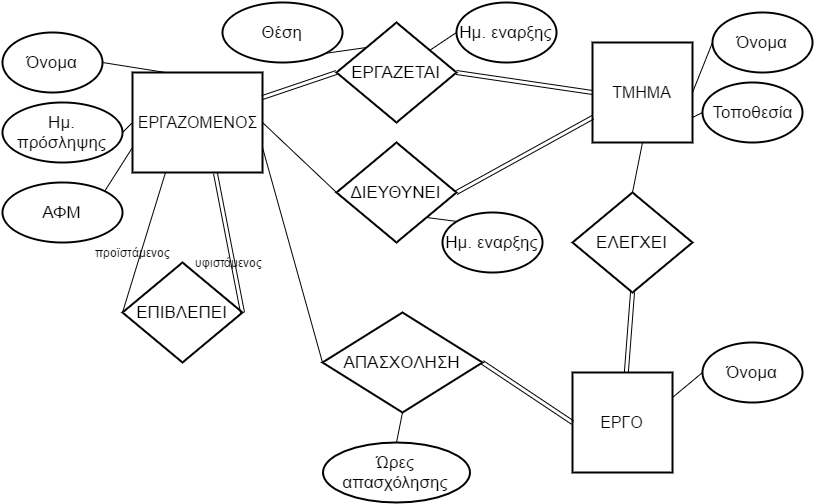
spapas/db-intro keeps this draw.io diagram as er.png. Above is the earlier version. Source tidied: cells renumbered, new cells last; positions are measured from the earlier drawing's top-left corner, leaving out a move shared by most shapes. The source it was exported from:
```xml
<mxGraphModel background="#ffffff">
  <root>
    <mxCell id="0" />
    <mxCell id="1" parent="0" />
    <mxCell id="2" style="edgeStyle=none;rounded=0;html=1;exitX=1;exitY=0.75;entryX=0;entryY=0.5;endArrow=none;endFill=0;jettySize=auto;" parent="1" edge="1" source="3" target="13">
      <mxGeometry relative="1" as="geometry" />
    </mxCell>
    <mxCell id="3" value="&lt;font style=&quot;font-size: 16px&quot;&gt;ΕΡΓΑΖΟΜΕΝΟΣ&lt;/font&gt;" style="strokeWidth=2;whiteSpace=wrap;html=1;align=center;" parent="1" vertex="1">
      <mxGeometry x="130" y="70" width="130" height="100" as="geometry" />
    </mxCell>
    <mxCell id="4" style="edgeStyle=none;rounded=0;html=1;exitX=0.5;exitY=1;entryX=0.5;entryY=0;endArrow=none;endFill=0;jettySize=auto;" parent="1" edge="1" source="5" target="15">
      <mxGeometry relative="1" as="geometry" />
    </mxCell>
    <mxCell id="5" value="&lt;font style=&quot;font-size: 16px&quot;&gt;ΤΜΗΜΑ&lt;/font&gt;" style="strokeWidth=2;whiteSpace=wrap;html=1;align=center;" parent="1" vertex="1">
      <mxGeometry x="590" y="40" width="100" height="100" as="geometry" />
    </mxCell>
    <mxCell id="6" value="&lt;font style=&quot;font-size: 16px&quot;&gt;ΕΡΓΟ&lt;/font&gt;" style="strokeWidth=2;whiteSpace=wrap;html=1;align=center;" parent="1" vertex="1">
      <mxGeometry x="570" y="370" width="100" height="100" as="geometry" />
    </mxCell>
    <mxCell id="7" style="rounded=0;html=1;exitX=0;exitY=0.5;jettySize=auto;entryX=0.25;entryY=1;endArrow=none;endFill=0;" parent="1" edge="1" source="9" target="3">
      <mxGeometry relative="1" as="geometry" />
    </mxCell>
    <mxCell id="8" style="html=1;entryX=0.75;entryY=1;jettySize=auto;exitX=1;exitY=0.5;strokeColor=none;rounded=0;" parent="1" edge="1" source="9" target="3">
      <mxGeometry relative="1" as="geometry" />
    </mxCell>
    <mxCell id="9" value="ΕΠΙΒΛΕΠΕΙ" style="shape=rhombus;strokeWidth=2;fontSize=17;perimeter=rhombusPerimeter;whiteSpace=wrap;html=1;align=center;" parent="1" vertex="1">
      <mxGeometry x="120" y="260" width="120" height="100" as="geometry" />
    </mxCell>
    <mxCell id="10" value="ΕΡΓΑΖΕΤΑΙ" style="shape=rhombus;strokeWidth=2;fontSize=17;perimeter=rhombusPerimeter;whiteSpace=wrap;html=1;align=center;" parent="1" vertex="1">
      <mxGeometry x="334" y="20" width="120" height="100" as="geometry" />
    </mxCell>
    <mxCell id="11" value="ΔΙΕΥΘΥΝΕΙ" style="shape=rhombus;strokeWidth=2;fontSize=17;perimeter=rhombusPerimeter;whiteSpace=wrap;html=1;align=center;" parent="1" vertex="1">
      <mxGeometry x="334" y="140" width="120" height="100" as="geometry" />
    </mxCell>
    <mxCell id="12" style="edgeStyle=none;rounded=0;html=1;exitX=1;exitY=0.5;entryX=0;entryY=0.5;endArrow=none;endFill=0;jettySize=auto;shape=link;" parent="1" edge="1" source="13" target="6">
      <mxGeometry relative="1" as="geometry" />
    </mxCell>
    <mxCell id="13" value="ΑΠΑΣΧΟΛΗΣΗ" style="shape=rhombus;strokeWidth=2;fontSize=17;perimeter=rhombusPerimeter;whiteSpace=wrap;html=1;align=center;" parent="1" vertex="1">
      <mxGeometry x="320" y="310" width="160" height="100" as="geometry" />
    </mxCell>
    <mxCell id="14" style="edgeStyle=none;rounded=0;html=1;exitX=0.5;exitY=1;endArrow=none;endFill=0;jettySize=auto;shape=link;" parent="1" edge="1" source="15" target="6">
      <mxGeometry relative="1" as="geometry" />
    </mxCell>
    <mxCell id="15" value="ΕΛΕΓΧΕΙ" style="shape=rhombus;strokeWidth=2;fontSize=17;perimeter=rhombusPerimeter;whiteSpace=wrap;html=1;align=center;" parent="1" vertex="1">
      <mxGeometry x="570" y="190" width="120" height="100" as="geometry" />
    </mxCell>
    <mxCell id="16" style="rounded=0;html=1;exitX=1;exitY=0.5;jettySize=auto;entryX=0.64;entryY=1.01;entryPerimeter=0;endArrow=none;endFill=0;shape=link;" parent="1" edge="1" source="9" target="3">
      <mxGeometry x="110" y="192" as="geometry" />
    </mxCell>
    <mxCell id="17" style="rounded=0;html=1;exitX=0;exitY=0.5;jettySize=auto;entryX=1;entryY=0.25;endArrow=none;endFill=0;shape=link;" parent="1" edge="1" source="10" target="3">
      <mxGeometry x="156" y="142" as="geometry" />
    </mxCell>
    <mxCell id="18" style="rounded=0;html=1;exitX=0;exitY=0.5;jettySize=auto;entryX=1;entryY=0.5;endArrow=none;endFill=0;shape=link;" parent="1" edge="1" source="5" target="10">
      <mxGeometry x="396" y="117" as="geometry" />
    </mxCell>
    <mxCell id="19" style="rounded=0;html=1;exitX=0;exitY=0.5;jettySize=auto;entryX=1;entryY=0.5;endArrow=none;endFill=0;" parent="1" edge="1" source="11" target="3">
      <mxGeometry x="120" y="202" as="geometry" />
    </mxCell>
    <mxCell id="20" style="rounded=0;html=1;exitX=0;exitY=0.75;jettySize=auto;entryX=1;entryY=0.5;endArrow=none;endFill=0;shape=link;" parent="1" edge="1" source="5" target="11">
      <mxGeometry x="335" y="262" as="geometry" />
    </mxCell>
    <mxCell id="21" style="edgeStyle=none;rounded=0;html=1;exitX=1;exitY=0.5;entryX=0.25;entryY=0;endArrow=none;endFill=0;jettySize=auto;" parent="1" edge="1" source="22" target="3">
      <mxGeometry relative="1" as="geometry" />
    </mxCell>
    <mxCell id="22" value="Όνομα" style="ellipse;margin=10;strokeWidth=2;fontSize=17;whiteSpace=wrap;html=1;align=center;strokeColor=#000000;" parent="1" vertex="1">
      <mxGeometry y="30" width="100" height="60" as="geometry" />
    </mxCell>
    <mxCell id="23" style="edgeStyle=none;rounded=0;html=1;exitX=0.5;exitY=1;endArrow=none;endFill=0;jettySize=auto;orthogonalLoop=1;" parent="1" edge="1" source="22" target="22">
      <mxGeometry relative="1" as="geometry" />
    </mxCell>
    <mxCell id="24" style="edgeStyle=none;rounded=0;html=1;exitX=0;exitY=0.5;endArrow=none;endFill=0;jettySize=auto;" parent="1" edge="1" source="25" target="10">
      <mxGeometry relative="1" as="geometry" />
    </mxCell>
    <mxCell id="25" value="Ημ. εναρξης" style="ellipse;margin=10;strokeWidth=2;fontSize=17;whiteSpace=wrap;html=1;align=center;strokeColor=#000000;" parent="1" vertex="1">
      <mxGeometry x="454" width="100" height="60" as="geometry" />
    </mxCell>
    <mxCell id="26" style="edgeStyle=none;rounded=0;html=1;exitX=0;exitY=0.5;entryX=1;entryY=0.5;endArrow=none;endFill=0;jettySize=auto;" parent="1" edge="1" source="27" target="5">
      <mxGeometry relative="1" as="geometry" />
    </mxCell>
    <mxCell id="27" value="Όνομα" style="ellipse;margin=10;strokeWidth=2;fontSize=17;whiteSpace=wrap;html=1;align=center;strokeColor=#000000;" parent="1" vertex="1">
      <mxGeometry x="710" y="10" width="100" height="60" as="geometry" />
    </mxCell>
    <mxCell id="28" style="edgeStyle=none;rounded=0;html=1;exitX=0;exitY=0.5;entryX=1;entryY=0.25;endArrow=none;endFill=0;jettySize=auto;" parent="1" edge="1" source="29" target="6">
      <mxGeometry relative="1" as="geometry" />
    </mxCell>
    <mxCell id="29" value="Όνομα" style="ellipse;margin=10;strokeWidth=2;fontSize=17;whiteSpace=wrap;html=1;align=center;strokeColor=#000000;" parent="1" vertex="1">
      <mxGeometry x="700" y="340" width="100" height="60" as="geometry" />
    </mxCell>
    <mxCell id="30" style="edgeStyle=none;rounded=0;html=1;exitX=0.5;exitY=0;entryX=0.5;entryY=1;endArrow=none;endFill=0;jettySize=auto;" parent="1" edge="1" source="31" target="13">
      <mxGeometry relative="1" as="geometry" />
    </mxCell>
    <mxCell id="31" value="Ώρες απασχόλησης" style="ellipse;margin=10;strokeWidth=2;fontSize=17;whiteSpace=wrap;html=1;align=center;strokeColor=#000000;" parent="1" vertex="1">
      <mxGeometry x="320" y="440" width="147" height="60" as="geometry" />
    </mxCell>
    <mxCell id="32" style="edgeStyle=none;rounded=0;html=1;exitX=0;exitY=0;entryX=1;entryY=1;endArrow=none;endFill=0;jettySize=auto;" parent="1" edge="1" source="33" target="11">
      <mxGeometry relative="1" as="geometry" />
    </mxCell>
    <mxCell id="33" value="Ημ. εναρξης" style="ellipse;margin=10;strokeWidth=2;fontSize=17;whiteSpace=wrap;html=1;align=center;strokeColor=#000000;" parent="1" vertex="1">
      <mxGeometry x="440" y="210" width="100" height="60" as="geometry" />
    </mxCell>
    <mxCell id="34" style="edgeStyle=none;rounded=0;html=1;exitX=1;exitY=0.5;entryX=0;entryY=0.5;endArrow=none;endFill=0;jettySize=auto;" parent="1" edge="1" source="35" target="3">
      <mxGeometry relative="1" as="geometry" />
    </mxCell>
    <mxCell id="35" value="Ημ. πρόσληψης" style="ellipse;margin=10;strokeWidth=2;fontSize=17;whiteSpace=wrap;html=1;align=center;strokeColor=#000000;" parent="1" vertex="1">
      <mxGeometry y="100" width="120" height="60" as="geometry" />
    </mxCell>
    <mxCell id="36" style="edgeStyle=none;rounded=0;html=1;exitX=0;exitY=0.5;entryX=1;entryY=0.75;endArrow=none;endFill=0;jettySize=auto;" parent="1" edge="1" source="37" target="5">
      <mxGeometry relative="1" as="geometry" />
    </mxCell>
    <mxCell id="37" value="Τοποθεσία" style="ellipse;margin=10;strokeWidth=2;fontSize=17;whiteSpace=wrap;html=1;align=center;strokeColor=#000000;" parent="1" vertex="1">
      <mxGeometry x="700" y="80" width="100" height="60" as="geometry" />
    </mxCell>
    <mxCell id="38" style="edgeStyle=none;rounded=0;html=1;exitX=1;exitY=0;entryX=0;entryY=0.75;endArrow=none;endFill=0;jettySize=auto;" parent="1" edge="1" source="39" target="3">
      <mxGeometry relative="1" as="geometry" />
    </mxCell>
    <mxCell id="39" value="ΑΦΜ" style="ellipse;margin=10;strokeWidth=2;fontSize=17;whiteSpace=wrap;html=1;align=center;strokeColor=#000000;" parent="1" vertex="1">
      <mxGeometry y="180" width="120" height="60" as="geometry" />
    </mxCell>
    <mxCell id="40" style="edgeStyle=none;rounded=0;html=1;exitX=1;exitY=1;entryX=0;entryY=0;endArrow=none;endFill=0;jettySize=auto;" parent="1" edge="1" source="41" target="10">
      <mxGeometry relative="1" as="geometry" />
    </mxCell>
    <mxCell id="41" value="Θέση" style="ellipse;margin=10;strokeWidth=2;fontSize=17;whiteSpace=wrap;html=1;align=center;strokeColor=#000000;" parent="1" vertex="1">
      <mxGeometry x="220" width="120" height="60" as="geometry" />
    </mxCell>
    <mxCell id="42" value="προϊστάμενος" style="text;html=1;strokeColor=none;fillColor=none;align=center;verticalAlign=middle;whiteSpace=wrap;overflow=hidden;" parent="1" vertex="1">
      <mxGeometry x="65" y="240" width="130" height="20" as="geometry" />
    </mxCell>
    <mxCell id="43" value="υφιστάμενος" style="text;html=1;strokeColor=none;fillColor=none;align=center;verticalAlign=middle;whiteSpace=wrap;overflow=hidden;" parent="1" vertex="1">
      <mxGeometry x="160" y="250" width="130" height="20" as="geometry" />
    </mxCell>
  </root>
</mxGraphModel>
```
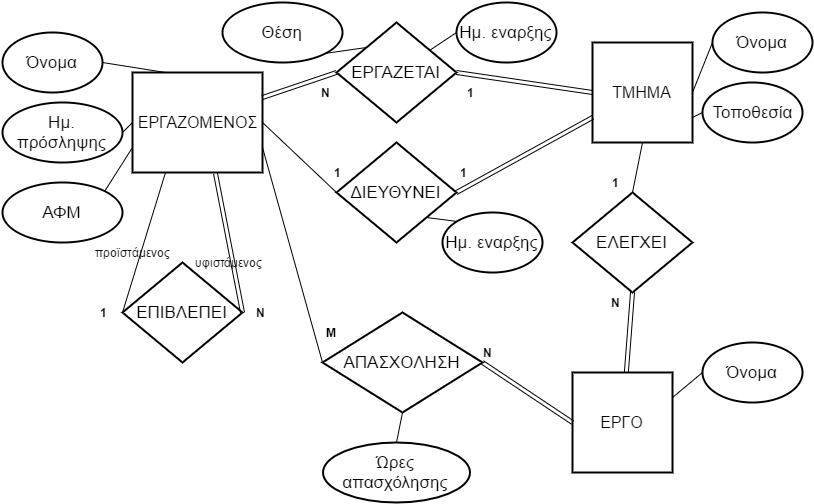
After the commit.

Commit message:
add src of imag

What changed in the source:
```diff
@@ -128,5 +128,35 @@
     <mxCell id="43" value="υφιστάμενος" style="text;html=1;strokeColor=none;fillColor=none;align=center;verticalAlign=middle;whiteSpace=wrap;overflow=hidden;" parent="1" vertex="1">
       <mxGeometry x="160" y="250" width="130" height="20" as="geometry" />
     </mxCell>
+    <mxCell id="44" value="N" style="text;html=1;strokeColor=none;fillColor=none;align=center;verticalAlign=middle;whiteSpace=wrap;overflow=hidden;fontStyle=1;" parent="1" vertex="1">
+      <mxGeometry x="305" y="80" width="35" height="20" as="geometry" />
+    </mxCell>
+    <mxCell id="45" value="1" style="text;html=1;strokeColor=none;fillColor=none;align=center;verticalAlign=middle;whiteSpace=wrap;overflow=hidden;fontStyle=1;" parent="1" vertex="1">
+      <mxGeometry x="450" y="80" width="35" height="20" as="geometry" />
+    </mxCell>
+    <mxCell id="46" value="1" style="text;html=1;strokeColor=none;fillColor=none;align=center;verticalAlign=middle;whiteSpace=wrap;overflow=hidden;fontStyle=1;" parent="1" vertex="1">
+      <mxGeometry x="317" y="160" width="35" height="20" as="geometry" />
+    </mxCell>
+    <mxCell id="47" value="1" style="text;html=1;strokeColor=none;fillColor=none;align=center;verticalAlign=middle;whiteSpace=wrap;overflow=hidden;fontStyle=1;" parent="1" vertex="1">
+      <mxGeometry x="443" y="160" width="35" height="20" as="geometry" />
+    </mxCell>
+    <mxCell id="48" value="1" style="text;html=1;strokeColor=none;fillColor=none;align=center;verticalAlign=middle;whiteSpace=wrap;overflow=hidden;fontStyle=1;" parent="1" vertex="1">
+      <mxGeometry x="595" y="170" width="35" height="20" as="geometry" />
+    </mxCell>
+    <mxCell id="49" value="N" style="text;html=1;strokeColor=none;fillColor=none;align=center;verticalAlign=middle;whiteSpace=wrap;overflow=hidden;fontStyle=1;" parent="1" vertex="1">
+      <mxGeometry x="595" y="290" width="35" height="20" as="geometry" />
+    </mxCell>
+    <mxCell id="50" value="1" style="text;html=1;strokeColor=none;fillColor=none;align=center;verticalAlign=middle;whiteSpace=wrap;overflow=hidden;fontStyle=1;" parent="1" vertex="1">
+      <mxGeometry x="83" y="300" width="35" height="20" as="geometry" />
+    </mxCell>
+    <mxCell id="51" value="N" style="text;html=1;strokeColor=none;fillColor=none;align=center;verticalAlign=middle;whiteSpace=wrap;overflow=hidden;fontStyle=1;" parent="1" vertex="1">
+      <mxGeometry x="240" y="300" width="35" height="20" as="geometry" />
+    </mxCell>
+    <mxCell id="52" value="N" style="text;html=1;strokeColor=none;fillColor=none;align=center;verticalAlign=middle;whiteSpace=wrap;overflow=hidden;fontStyle=1;" parent="1" vertex="1">
+      <mxGeometry x="467" y="340" width="35" height="20" as="geometry" />
+    </mxCell>
+    <mxCell id="53" value="M" style="text;html=1;strokeColor=none;fillColor=none;align=center;verticalAlign=middle;whiteSpace=wrap;overflow=hidden;fontStyle=1;" parent="1" vertex="1">
+      <mxGeometry x="310" y="320" width="35" height="20" as="geometry" />
+    </mxCell>
   </root>
 </mxGraphModel>
```
